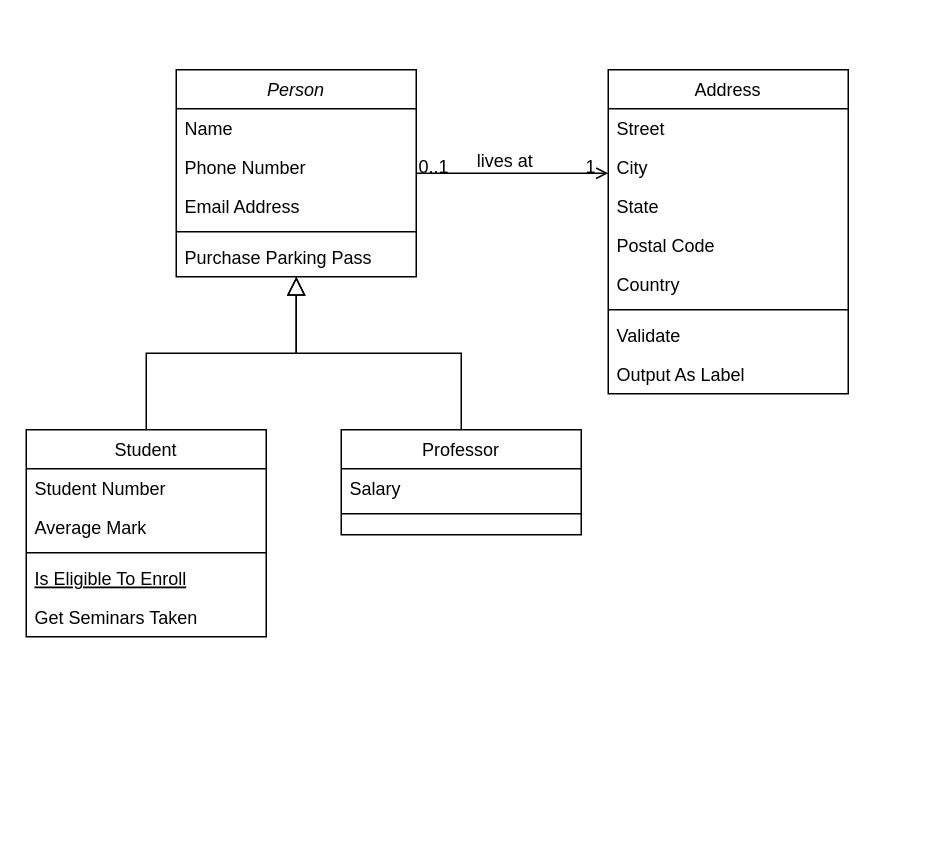
The draw.io diagram APCSA Pokemon.drawio in MultiBreadStick/Pokemon-Koo-Edition, before the edit. Source tidied: cells renumbered, new cells numbered last; positions are measured from the earlier drawing's top-left corner, leaving out a move shared by most shapes. Both pictures are drawn from the tidied source at 150%, with x=0, y=0 at pixel (26, 69).
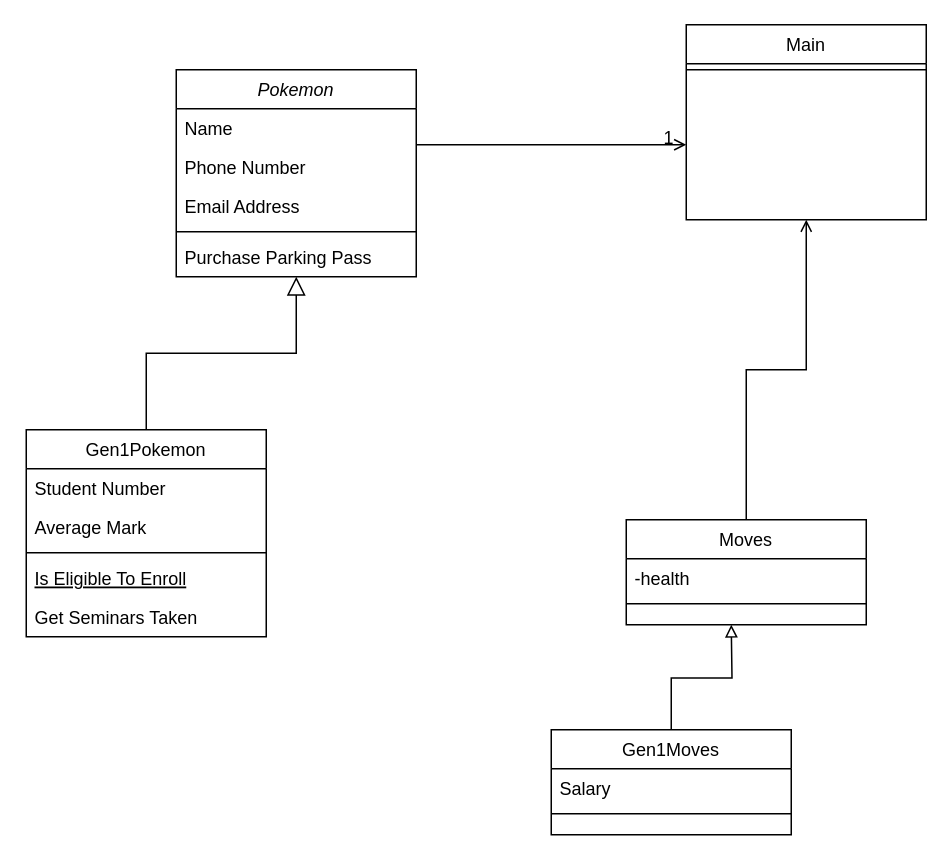
The same diagram, later.

Unchanged cells that the change refers to:
```xml
<mxCell id="28" style="endArrow=open;shadow=0;strokeWidth=1;rounded=0;curved=0;endFill=1;edgeStyle=elbowEdgeStyle;elbow=vertical;" parent="1" edge="1" source="2" target="19">
  <mxGeometry x="0.5" y="41" relative="1" as="geometry">
    <mxPoint x="-40" y="32" as="offset" />
  </mxGeometry>
</mxCell>
```

What changed in the source:
```diff
@@
-    <mxCell id="2" value="Person" style="swimlane;fontStyle=2;align=center;verticalAlign=top;horizontal=1;startSize=26;rounded=0;shadow=0;strokeWidth=1;" parent="1" vertex="1">
+    <mxCell id="2" value="Pokemon" style="swimlane;fontStyle=2;align=center;verticalAlign=top;horizontal=1;startSize=26;rounded=0;shadow=0;strokeWidth=1;" parent="1" vertex="1">
       <mxGeometry x="100" width="160" height="138" as="geometry" />
     </mxCell>
@@
-    <mxCell id="8" value="Student" style="swimlane;fontStyle=0;align=center;verticalAlign=top;horizontal=1;startSize=26;rounded=0;shadow=0;strokeWidth=1;" parent="1" vertex="1">
+    <mxCell id="8" value="Gen1Pokemon" style="swimlane;fontStyle=0;align=center;verticalAlign=top;horizontal=1;startSize=26;rounded=0;shadow=0;strokeWidth=1;" parent="1" vertex="1">
       <mxGeometry y="240" width="160" height="138" as="geometry" />
     </mxCell>
@@
+    <mxCell id="32" style="edgeStyle=orthogonalEdgeStyle;rounded=0;jettySize=auto;html=1;entryX=0.5;entryY=1;entryDx=0;entryDy=0;endArrow=open;endFill=0;" parent="1" edge="1" source="15" target="19">
+      <mxGeometry relative="1" as="geometry" />
+    </mxCell>
-    <mxCell id="15" value="Professor" style="swimlane;fontStyle=0;align=center;verticalAlign=top;horizontal=1;startSize=26;rounded=0;shadow=0;strokeWidth=1;" parent="1" vertex="1">
-      <mxGeometry x="210" y="240" width="160" height="70" as="geometry" />
+    <mxCell id="15" value="Moves" style="swimlane;fontStyle=0;align=center;verticalAlign=top;horizontal=1;startSize=26;rounded=0;shadow=0;strokeWidth=1;" parent="1" vertex="1">
+      <mxGeometry x="400" y="300" width="160" height="70" as="geometry" />
     </mxCell>
-    <mxCell id="16" value="Salary" style="text;align=left;verticalAlign=top;spacingLeft=4;spacingRight=4;overflow=hidden;" parent="15" vertex="1">
+    <mxCell id="16" value="-health" style="text;align=left;verticalAlign=top;spacingLeft=4;spacingRight=4;overflow=hidden;" parent="15" vertex="1">
       <mxGeometry y="26" width="160" height="26" as="geometry" />
     </mxCell>
@@
-    <mxCell id="18" style="endArrow=block;endSize=10;endFill=0;shadow=0;strokeWidth=1;rounded=0;curved=0;edgeStyle=elbowEdgeStyle;elbow=vertical;" parent="1" edge="1" source="15" target="2">
-      <mxGeometry relative="1" as="geometry" />
-    </mxCell>
-    <mxCell id="19" value="Address" style="swimlane;fontStyle=0;align=center;verticalAlign=top;horizontal=1;startSize=26;rounded=0;shadow=0;strokeWidth=1;" parent="1" vertex="1">
-      <mxGeometry x="388" width="160" height="216" as="geometry" />
+    <mxCell id="19" value="Main" style="swimlane;fontStyle=0;align=center;verticalAlign=top;horizontal=1;startSize=26;rounded=0;shadow=0;strokeWidth=1;" parent="1" vertex="1">
+      <mxGeometry x="440" y="-30" width="160" height="130" as="geometry" />
     </mxCell>
-    <mxCell id="20" value="Street" style="text;align=left;verticalAlign=top;spacingLeft=4;spacingRight=4;overflow=hidden;" parent="19" vertex="1">
-      <mxGeometry y="26" width="160" height="26" as="geometry" />
-    </mxCell>
-    <mxCell id="21" value="City" style="text;align=left;verticalAlign=top;spacingLeft=4;spacingRight=4;overflow=hidden;rounded=0;shadow=0;html=0;" parent="19" vertex="1">
-      <mxGeometry y="52" width="160" height="26" as="geometry" />
-    </mxCell>
-    <mxCell id="22" value="State" style="text;align=left;verticalAlign=top;spacingLeft=4;spacingRight=4;overflow=hidden;rounded=0;shadow=0;html=0;" parent="19" vertex="1">
-      <mxGeometry y="78" width="160" height="26" as="geometry" />
-    </mxCell>
-    <mxCell id="23" value="Postal Code" style="text;align=left;verticalAlign=top;spacingLeft=4;spacingRight=4;overflow=hidden;rounded=0;shadow=0;html=0;" parent="19" vertex="1">
-      <mxGeometry y="104" width="160" height="26" as="geometry" />
-    </mxCell>
-    <mxCell id="24" value="Country" style="text;align=left;verticalAlign=top;spacingLeft=4;spacingRight=4;overflow=hidden;rounded=0;shadow=0;html=0;" parent="19" vertex="1">
-      <mxGeometry y="130" width="160" height="26" as="geometry" />
-    </mxCell>
     <mxCell id="25" style="line;html=1;strokeWidth=1;align=left;verticalAlign=middle;spacingTop=-1;spacingLeft=3;spacingRight=3;labelPosition=right;" parent="19" vertex="1">
-      <mxGeometry y="156" width="160" height="8" as="geometry" />
+      <mxGeometry y="26" width="160" height="8" as="geometry" />
     </mxCell>
-    <mxCell id="26" value="Validate" style="text;align=left;verticalAlign=top;spacingLeft=4;spacingRight=4;overflow=hidden;" parent="19" vertex="1">
-      <mxGeometry y="164" width="160" height="26" as="geometry" />
-    </mxCell>
-    <mxCell id="27" value="Output As Label" style="text;align=left;verticalAlign=top;spacingLeft=4;spacingRight=4;overflow=hidden;" parent="19" vertex="1">
-      <mxGeometry y="190" width="160" height="26" as="geometry" />
-    </mxCell>
@@
-    <mxCell id="29" value="0..1" style="align=left;verticalAlign=bottom;labelBackgroundColor=none;fontSize=12;" parent="28" vertex="1">
-      <mxGeometry x="-1" relative="1" as="geometry">
-        <mxPoint y="4" as="offset" />
-      </mxGeometry>
-    </mxCell>
@@
-    <mxCell id="31" value="lives at" style="text;html=1;align=center;verticalAlign=middle;labelBackgroundColor=none;rounded=0;shadow=0;strokeWidth=1;fontSize=12;" parent="28" vertex="1">
-      <mxGeometry x="0.5" y="49" relative="1" as="geometry">
-        <mxPoint x="-38" y="40" as="offset" />
-      </mxGeometry>
-    </mxCell>
+    <mxCell id="33" style="edgeStyle=orthogonalEdgeStyle;rounded=0;jettySize=auto;html=1;endArrow=block;endFill=0;" parent="1" edge="1" source="34">
+      <mxGeometry relative="1" as="geometry">
+        <mxPoint x="470" y="370" as="targetPoint" />
+      </mxGeometry>
+    </mxCell>
+    <mxCell id="34" value="Gen1Moves" style="swimlane;fontStyle=0;align=center;verticalAlign=top;horizontal=1;startSize=26;rounded=0;shadow=0;strokeWidth=1;" parent="1" vertex="1">
+      <mxGeometry x="350" y="440" width="160" height="70" as="geometry" />
+    </mxCell>
+    <mxCell id="35" value="Salary" style="text;align=left;verticalAlign=top;spacingLeft=4;spacingRight=4;overflow=hidden;" parent="34" vertex="1">
+      <mxGeometry y="26" width="160" height="26" as="geometry" />
+    </mxCell>
+    <mxCell id="36" style="line;html=1;strokeWidth=1;align=left;verticalAlign=middle;spacingTop=-1;spacingLeft=3;spacingRight=3;labelPosition=right;" parent="34" vertex="1">
+      <mxGeometry y="52" width="160" height="8" as="geometry" />
+    </mxCell>
```
